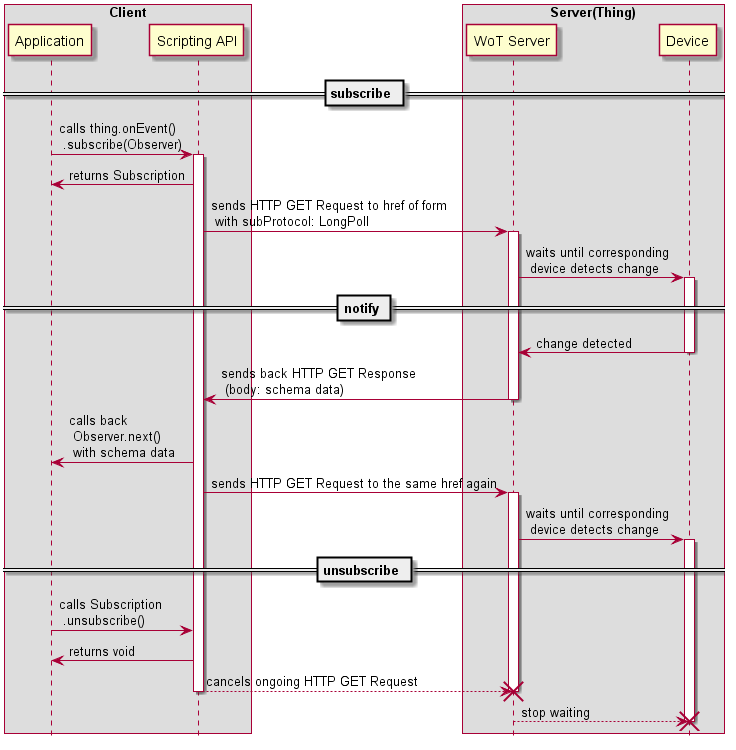
Before: images/message-flows/A_3_1a_eventLongPoll.png, a diagram exported from PlantUML (w3c/wot-architecture). The source it was exported from:
```plantuml
@startuml
hide footbox

box "Client"
participant "Application" as AP
participant "Scripting API" as SA
end box

box "Server(Thing)"
participant "WoT Server" as WS
participant "Device" as DC
end box

== subscribe ==

AP  -> SA: calls thing.onEvent() \n .subscribe(Observer)
activate SA
SA  -> AP: returns Subscription
SA  -> WS: sends HTTP GET Request to href of form \n with subProtocol: LongPoll
activate WS
WS  -> DC: waits until corresponding \n device detects change
activate DC

== notify ==

DC  -> WS: change detected
deactivate DC
WS  -> SA: sends back HTTP GET Response \n (body: schema data)
deactivate WS
SA  -> AP: calls back \n Observer.next() \n with schema data
SA  -> WS: sends HTTP GET Request to the same href again
activate WS
WS  -> DC: waits until corresponding \n device detects change
activate DC

== unsubscribe ==

AP  -> SA: calls Subscription \n .unsubscribe()
SA  -> AP: returns void
SA --> WS: cancels ongoing HTTP GET Request
deactivate SA
destroy WS
WS --> DC: stop waiting
destroy DC
@enduml
```
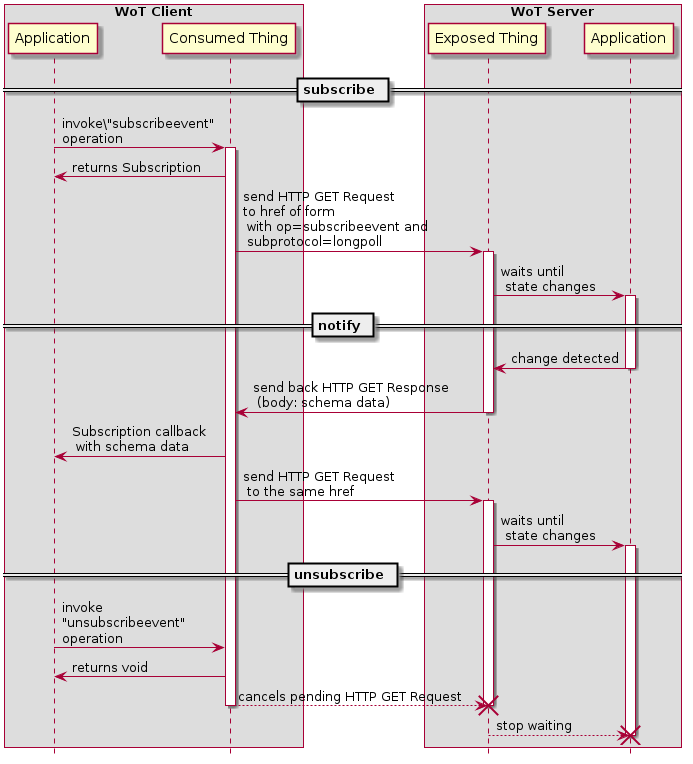
The same diagram one commit later.

What changed in the source:
```diff
@@ -1,43 +1,43 @@
 @startuml
 hide footbox
 
-box "Client"
+box "WoT Client"
 participant "Application" as AP
-participant "Scripting API" as SA
+participant "Consumed Thing" as SA
 end box
 
-box "Server(Thing)"
-participant "WoT Server" as WS
-participant "Device" as DC
+box "WoT Server"
+participant "Exposed Thing" as WS
+participant "Application" as DC
 end box
 
 == subscribe ==
 
-AP  -> SA: calls thing.onEvent() \n .subscribe(Observer)
+AP  -> SA: invoke\"subscribeevent"\noperation
 activate SA
 SA  -> AP: returns Subscription
-SA  -> WS: sends HTTP GET Request to href of form \n with subProtocol: LongPoll
+SA  -> WS: send HTTP GET Request\nto href of form\n with op=subscribeevent and\n subprotocol=longpoll
 activate WS
-WS  -> DC: waits until corresponding \n device detects change
+WS  -> DC: waits until\n state changes
 activate DC
 
 == notify ==
 
 DC  -> WS: change detected
 deactivate DC
-WS  -> SA: sends back HTTP GET Response \n (body: schema data)
+WS  -> SA: send back HTTP GET Response\n (body: schema data)
 deactivate WS
-SA  -> AP: calls back \n Observer.next() \n with schema data
-SA  -> WS: sends HTTP GET Request to the same href again
+SA  -> AP: Subscription callback\n with schema data
+SA  -> WS: send HTTP GET Request\n to the same href
 activate WS
-WS  -> DC: waits until corresponding \n device detects change
+WS  -> DC: waits until\n state changes
 activate DC
 
 == unsubscribe ==
 
-AP  -> SA: calls Subscription \n .unsubscribe()
+AP  -> SA: invoke\n"unsubscribeevent"\noperation
 SA  -> AP: returns void
-SA --> WS: cancels ongoing HTTP GET Request
+SA --> WS: cancels pending HTTP GET Request
 deactivate SA
 destroy WS
 WS --> DC: stop waiting
```
